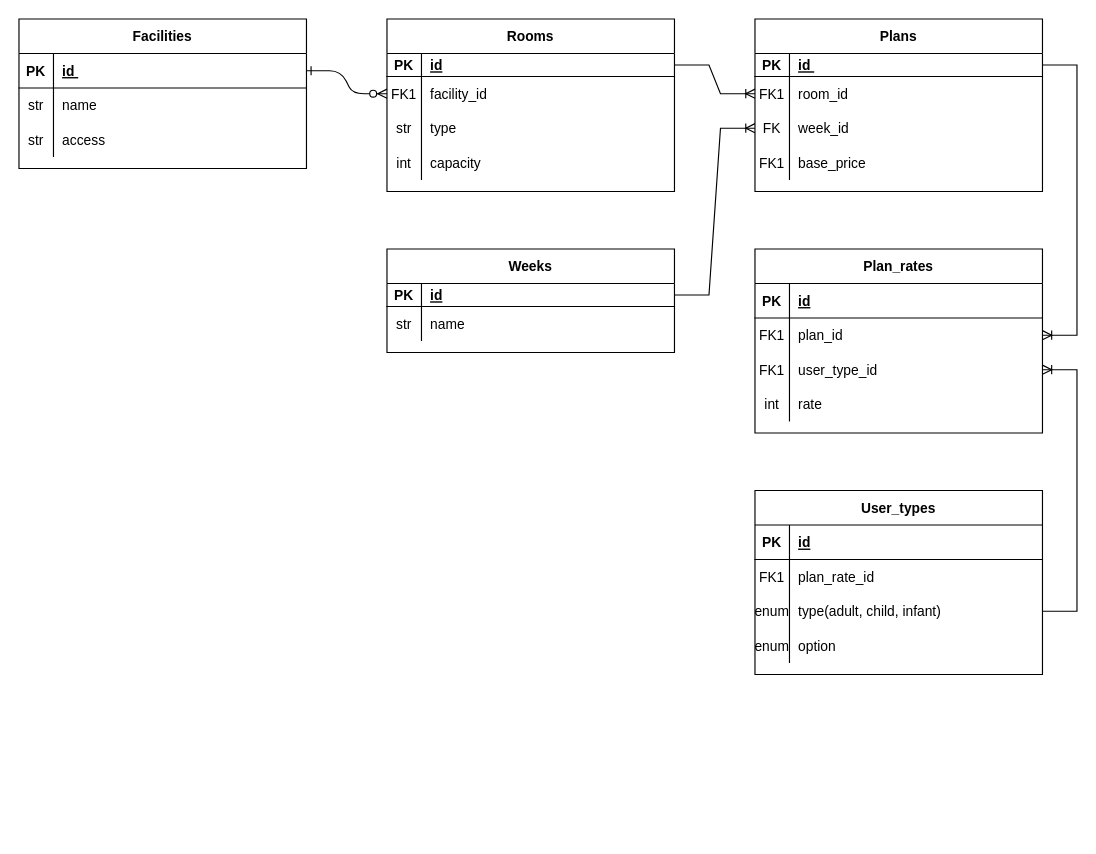
azumarions/genius-chicken keeps this draw.io diagram as ホテル予約DB.drawio. Above is the earlier version. Source tidied: cells renumbered, new cells numbered last; positions are measured from the earlier drawing's top-left corner, leaving out a move shared by most shapes. Both pictures are drawn from the tidied source at 115%, with x=0, y=0 at pixel (18, 18).
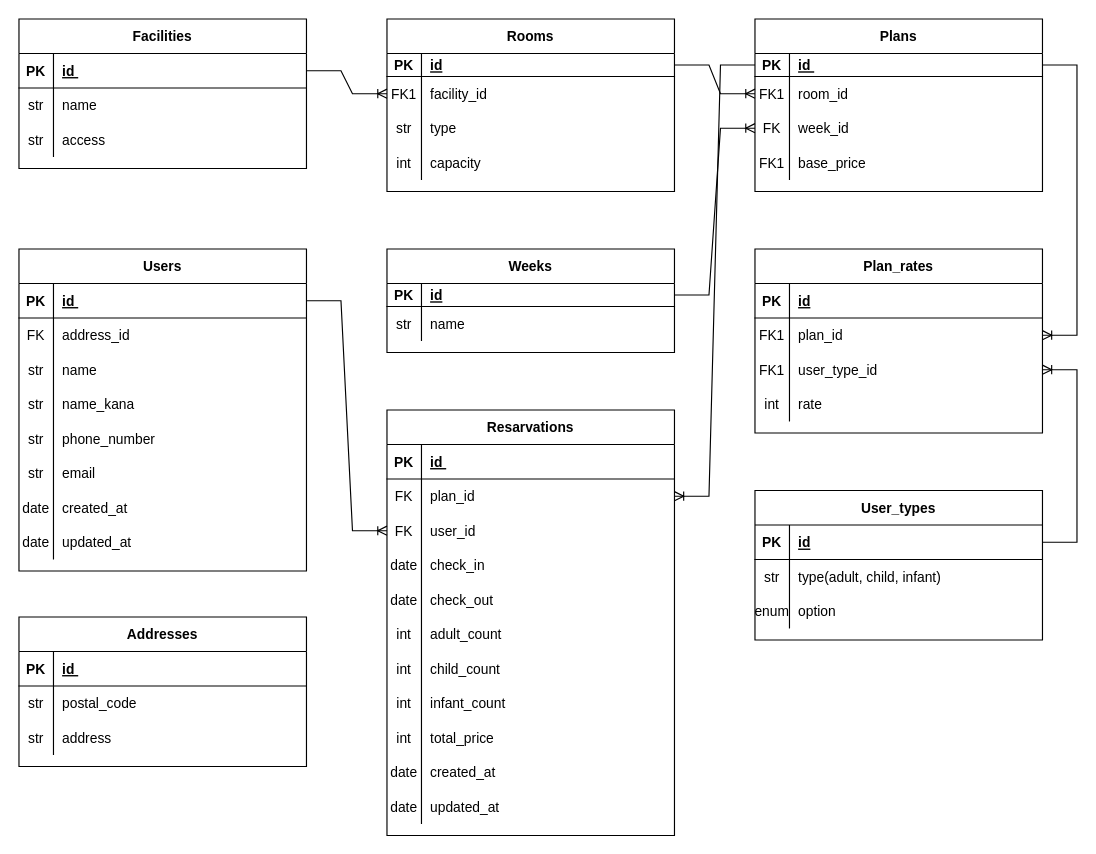
The same page after the edit.

Commit message (it also covers changes not shown here):
ホテル予約DB.drawio を更新します

The change refers to these unchanged cells:
```xml
<mxCell id="7" style="shape=partialRectangle;fillColor=none;points=[[0,0.5],[1,0.5]];portConstraint=eastwest;top=0;left=0;right=0;bottom=0;" parent="3" vertex="1">
  <mxGeometry y="50" width="250" height="30" as="geometry" />
</mxCell>
<mxCell id="23" style="shape=partialRectangle;fillColor=none;points=[[0,0.5],[1,0.5]];portConstraint=eastwest;top=0;left=0;right=0;bottom=0;" parent="16" vertex="1">
  <mxGeometry y="90" width="250" height="30" as="geometry" />
</mxCell>
<mxCell id="30" style="shape=partialRectangle;fillColor=none;points=[[0,0.5],[1,0.5]];portConstraint=eastwest;top=0;left=0;right=0;bottom=1;" parent="29" vertex="1">
  <mxGeometry y="30" width="250" height="30" as="geometry" />
</mxCell>
<mxCell id="40" style="shape=partialRectangle;fillColor=none;points=[[0,0.5],[1,0.5]];portConstraint=eastwest;top=0;left=0;right=0;bottom=1;" parent="39" vertex="1">
  <mxGeometry y="30" width="250" height="20" as="geometry" />
</mxCell>
<mxCell id="63" style="shape=partialRectangle;fillColor=none;points=[[0,0.5],[1,0.5]];portConstraint=eastwest;top=0;left=0;right=0;bottom=1;" parent="62" vertex="1">
  <mxGeometry y="30" width="250" height="30" as="geometry" />
</mxCell>
```

The edit, as a diff of the source:
```diff
@@
-    <mxCell id="2" style="edgeStyle=entityRelationEdgeStyle;endArrow=ERzeroToMany;startArrow=ERone;endFill=1;startFill=0;" parent="1" edge="1" source="30" target="7">
-      <mxGeometry relative="1" as="geometry" />
-    </mxCell>
@@
     <mxCell id="62" value="User_types" style="shape=table;startSize=30;childLayout=tableLayout;rowLines=0;fontStyle=1;align=center;" parent="1" vertex="1">
-      <mxGeometry x="640" y="410" width="250" height="160" as="geometry" />
+      <mxGeometry x="640" y="410" width="250" height="130" as="geometry" />
     </mxCell>
@@
-    <mxCell id="66" style="shape=partialRectangle;fillColor=none;top=0;left=0;right=0;bottom=0;" parent="62" vertex="1">
-      <mxGeometry y="60" width="250" height="30" as="geometry" />
-    </mxCell>
-    <mxCell id="67" value="FK1" style="shape=partialRectangle;overflow=hidden;fillColor=none;top=0;left=0;bottom=0;right=0;" parent="66" vertex="1">
-      <mxGeometry width="30" height="30" as="geometry" />
-    </mxCell>
-    <mxCell id="68" value="plan_rate_id" style="shape=partialRectangle;overflow=hidden;fillColor=none;top=0;left=0;bottom=0;right=0;align=left;spacingLeft=6;" parent="66" vertex="1">
-      <mxGeometry x="30" width="220" height="30" as="geometry" />
-    </mxCell>
     <mxCell id="69" style="shape=partialRectangle;fillColor=none;points=[[0,0.5],[1,0.5]];portConstraint=eastwest;top=0;left=0;right=0;bottom=0;" parent="62" vertex="1">
-      <mxGeometry y="90" width="250" height="30" as="geometry" />
+      <mxGeometry y="60" width="250" height="30" as="geometry" />
     </mxCell>
-    <mxCell id="70" value="enum" style="shape=partialRectangle;overflow=hidden;fillColor=none;top=0;left=0;bottom=0;right=0;" parent="69" vertex="1">
+    <mxCell id="70" value="str" style="shape=partialRectangle;overflow=hidden;fillColor=none;top=0;left=0;bottom=0;right=0;" parent="69" vertex="1">
       <mxGeometry width="30" height="30" as="geometry" />
     </mxCell>
@@
     <mxCell id="72" style="shape=partialRectangle;fillColor=none;top=0;left=0;right=0;bottom=0;" parent="62" vertex="1">
-      <mxGeometry y="120" width="250" height="30" as="geometry" />
+      <mxGeometry y="90" width="250" height="30" as="geometry" />
     </mxCell>
@@
-    <mxCell id="75" style="edgeStyle=entityRelationEdgeStyle;fontSize=12;html=1;endArrow=ERoneToMany;rounded=0;exitX=1;exitY=0.5;exitDx=0;exitDy=0;entryX=1;entryY=0.5;entryDx=0;entryDy=0;" parent="1" edge="1" source="69" target="23">
+    <mxCell id="75" style="edgeStyle=entityRelationEdgeStyle;fontSize=12;html=1;endArrow=ERoneToMany;rounded=0;exitX=1;exitY=0.5;exitDx=0;exitDy=0;entryX=1;entryY=0.5;entryDx=0;entryDy=0;" parent="1" edge="1" source="63" target="23">
       <mxGeometry relative="1" as="geometry" />
     </mxCell>
+    <mxCell id="76" value="Resarvations" style="shape=table;startSize=30;childLayout=tableLayout;rowLines=0;fontStyle=1;align=center;" parent="1" vertex="1">
+      <mxGeometry x="320" y="340" width="250" height="370" as="geometry" />
+    </mxCell>
+    <mxCell id="77" style="shape=partialRectangle;fillColor=none;top=0;left=0;right=0;bottom=1;" parent="76" vertex="1">
+      <mxGeometry y="30" width="250" height="30" as="geometry" />
+    </mxCell>
+    <mxCell id="78" value="PK" style="shape=partialRectangle;overflow=hidden;fillColor=none;top=0;left=0;bottom=0;right=0;fontStyle=1;" parent="77" vertex="1">
+      <mxGeometry width="30" height="30" as="geometry" />
+    </mxCell>
+    <mxCell id="79" value="id " style="shape=partialRectangle;overflow=hidden;fillColor=none;top=0;left=0;bottom=0;right=0;align=left;spacingLeft=6;fontStyle=5;" parent="77" vertex="1">
+      <mxGeometry x="30" width="220" height="30" as="geometry" />
+    </mxCell>
+    <mxCell id="80" style="shape=partialRectangle;fillColor=none;points=[[0,0.5],[1,0.5]];portConstraint=eastwest;top=0;left=0;right=0;bottom=0;" parent="76" vertex="1">
+      <mxGeometry y="60" width="250" height="30" as="geometry" />
+    </mxCell>
+    <mxCell id="81" value="FK" style="shape=partialRectangle;overflow=hidden;fillColor=none;top=0;left=0;bottom=0;right=0;" parent="80" vertex="1">
+      <mxGeometry width="30" height="30" as="geometry" />
+    </mxCell>
+    <mxCell id="82" value="plan_id" style="shape=partialRectangle;overflow=hidden;fillColor=none;top=0;left=0;bottom=0;right=0;align=left;spacingLeft=6;" parent="80" vertex="1">
+      <mxGeometry x="30" width="220" height="30" as="geometry" />
+    </mxCell>
+    <mxCell id="83" style="shape=partialRectangle;fillColor=none;points=[[0,0.5],[1,0.5]];portConstraint=eastwest;top=0;left=0;right=0;bottom=0;" parent="76" vertex="1">
+      <mxGeometry y="90" width="250" height="30" as="geometry" />
+    </mxCell>
+    <mxCell id="84" value="FK" style="shape=partialRectangle;overflow=hidden;fillColor=none;top=0;left=0;bottom=0;right=0;" parent="83" vertex="1">
+      <mxGeometry width="30" height="30" as="geometry" />
+    </mxCell>
+    <mxCell id="85" value="user_id" style="shape=partialRectangle;overflow=hidden;fillColor=none;top=0;left=0;bottom=0;right=0;align=left;spacingLeft=6;" parent="83" vertex="1">
+      <mxGeometry x="30" width="220" height="30" as="geometry" />
+    </mxCell>
+    <mxCell id="86" style="shape=partialRectangle;fillColor=none;top=0;left=0;right=0;bottom=0;" parent="76" vertex="1">
+      <mxGeometry y="120" width="250" height="30" as="geometry" />
+    </mxCell>
+    <mxCell id="87" value="date" style="shape=partialRectangle;overflow=hidden;fillColor=none;top=0;left=0;bottom=0;right=0;" parent="86" vertex="1">
+      <mxGeometry width="30" height="30" as="geometry" />
+    </mxCell>
+    <mxCell id="88" value="check_in" style="shape=partialRectangle;overflow=hidden;fillColor=none;top=0;left=0;bottom=0;right=0;align=left;spacingLeft=6;" parent="86" vertex="1">
+      <mxGeometry x="30" width="220" height="30" as="geometry" />
+    </mxCell>
+    <mxCell id="89" style="shape=partialRectangle;fillColor=none;top=0;left=0;right=0;bottom=0;" parent="76" vertex="1">
+      <mxGeometry y="150" width="250" height="30" as="geometry" />
+    </mxCell>
+    <mxCell id="90" value="date" style="shape=partialRectangle;overflow=hidden;fillColor=none;top=0;left=0;bottom=0;right=0;" parent="89" vertex="1">
+      <mxGeometry width="30" height="30" as="geometry" />
+    </mxCell>
+    <mxCell id="91" value="check_out" style="shape=partialRectangle;overflow=hidden;fillColor=none;top=0;left=0;bottom=0;right=0;align=left;spacingLeft=6;" parent="89" vertex="1">
+      <mxGeometry x="30" width="220" height="30" as="geometry" />
+    </mxCell>
+    <mxCell id="92" style="shape=partialRectangle;fillColor=none;top=0;left=0;right=0;bottom=0;" parent="76" vertex="1">
+      <mxGeometry y="180" width="250" height="30" as="geometry" />
+    </mxCell>
+    <mxCell id="93" value="int" style="shape=partialRectangle;overflow=hidden;fillColor=none;top=0;left=0;bottom=0;right=0;" parent="92" vertex="1">
+      <mxGeometry width="30" height="30" as="geometry" />
+    </mxCell>
+    <mxCell id="94" value="adult_count" style="shape=partialRectangle;overflow=hidden;fillColor=none;top=0;left=0;bottom=0;right=0;align=left;spacingLeft=6;" parent="92" vertex="1">
+      <mxGeometry x="30" width="220" height="30" as="geometry" />
+    </mxCell>
+    <mxCell id="95" style="shape=partialRectangle;fillColor=none;top=0;left=0;right=0;bottom=0;" parent="76" vertex="1">
+      <mxGeometry y="210" width="250" height="30" as="geometry" />
+    </mxCell>
+    <mxCell id="96" value="int" style="shape=partialRectangle;overflow=hidden;fillColor=none;top=0;left=0;bottom=0;right=0;" parent="95" vertex="1">
+      <mxGeometry width="30" height="30" as="geometry" />
+    </mxCell>
+    <mxCell id="97" value="child_count" style="shape=partialRectangle;overflow=hidden;fillColor=none;top=0;left=0;bottom=0;right=0;align=left;spacingLeft=6;" parent="95" vertex="1">
+      <mxGeometry x="30" width="220" height="30" as="geometry" />
+    </mxCell>
+    <mxCell id="98" style="shape=partialRectangle;fillColor=none;top=0;left=0;right=0;bottom=0;" parent="76" vertex="1">
+      <mxGeometry y="240" width="250" height="30" as="geometry" />
+    </mxCell>
+    <mxCell id="99" value="int" style="shape=partialRectangle;overflow=hidden;fillColor=none;top=0;left=0;bottom=0;right=0;" parent="98" vertex="1">
+      <mxGeometry width="30" height="30" as="geometry" />
+    </mxCell>
+    <mxCell id="100" value="infant_count" style="shape=partialRectangle;overflow=hidden;fillColor=none;top=0;left=0;bottom=0;right=0;align=left;spacingLeft=6;" parent="98" vertex="1">
+      <mxGeometry x="30" width="220" height="30" as="geometry" />
+    </mxCell>
+    <mxCell id="101" style="shape=partialRectangle;fillColor=none;top=0;left=0;right=0;bottom=0;" parent="76" vertex="1">
+      <mxGeometry y="270" width="250" height="30" as="geometry" />
+    </mxCell>
+    <mxCell id="102" value="int" style="shape=partialRectangle;overflow=hidden;fillColor=none;top=0;left=0;bottom=0;right=0;" parent="101" vertex="1">
+      <mxGeometry width="30" height="30" as="geometry" />
+    </mxCell>
+    <mxCell id="103" value="total_price" style="shape=partialRectangle;overflow=hidden;fillColor=none;top=0;left=0;bottom=0;right=0;align=left;spacingLeft=6;" parent="101" vertex="1">
+      <mxGeometry x="30" width="220" height="30" as="geometry" />
+    </mxCell>
+    <mxCell id="104" style="shape=partialRectangle;fillColor=none;top=0;left=0;right=0;bottom=0;" parent="76" vertex="1">
+      <mxGeometry y="300" width="250" height="30" as="geometry" />
+    </mxCell>
+    <mxCell id="105" value="date" style="shape=partialRectangle;overflow=hidden;fillColor=none;top=0;left=0;bottom=0;right=0;" parent="104" vertex="1">
+      <mxGeometry width="30" height="30" as="geometry" />
+    </mxCell>
+    <mxCell id="106" value="created_at" style="shape=partialRectangle;overflow=hidden;fillColor=none;top=0;left=0;bottom=0;right=0;align=left;spacingLeft=6;" parent="104" vertex="1">
+      <mxGeometry x="30" width="220" height="30" as="geometry" />
+    </mxCell>
+    <mxCell id="107" style="shape=partialRectangle;fillColor=none;top=0;left=0;right=0;bottom=0;" parent="76" vertex="1">
+      <mxGeometry y="330" width="250" height="30" as="geometry" />
+    </mxCell>
+    <mxCell id="108" value="date" style="shape=partialRectangle;overflow=hidden;fillColor=none;top=0;left=0;bottom=0;right=0;" parent="107" vertex="1">
+      <mxGeometry width="30" height="30" as="geometry" />
+    </mxCell>
+    <mxCell id="109" value="updated_at" style="shape=partialRectangle;overflow=hidden;fillColor=none;top=0;left=0;bottom=0;right=0;align=left;spacingLeft=6;" parent="107" vertex="1">
+      <mxGeometry x="30" width="220" height="30" as="geometry" />
+    </mxCell>
+    <mxCell id="110" value="Users" style="shape=table;startSize=30;childLayout=tableLayout;rowLines=0;fontStyle=1;align=center;" parent="1" vertex="1">
+      <mxGeometry y="200" width="250" height="280" as="geometry" />
+    </mxCell>
+    <mxCell id="111" style="shape=partialRectangle;fillColor=none;points=[[0,0.5],[1,0.5]];portConstraint=eastwest;top=0;left=0;right=0;bottom=1;" parent="110" vertex="1">
+      <mxGeometry y="30" width="250" height="30" as="geometry" />
+    </mxCell>
+    <mxCell id="112" value="PK" style="shape=partialRectangle;overflow=hidden;fillColor=none;top=0;left=0;bottom=0;right=0;fontStyle=1;" parent="111" vertex="1">
+      <mxGeometry width="30" height="30" as="geometry" />
+    </mxCell>
+    <mxCell id="113" value="id " style="shape=partialRectangle;overflow=hidden;fillColor=none;top=0;left=0;bottom=0;right=0;align=left;spacingLeft=6;fontStyle=5;" parent="111" vertex="1">
+      <mxGeometry x="30" width="220" height="30" as="geometry" />
+    </mxCell>
+    <mxCell id="114" style="shape=partialRectangle;fillColor=none;top=0;left=0;right=0;bottom=0;" parent="110" vertex="1">
+      <mxGeometry y="60" width="250" height="30" as="geometry" />
+    </mxCell>
+    <mxCell id="115" value="FK" style="shape=partialRectangle;overflow=hidden;fillColor=none;top=0;left=0;bottom=0;right=0;" parent="114" vertex="1">
+      <mxGeometry width="30" height="30" as="geometry" />
+    </mxCell>
+    <mxCell id="116" value="address_id" style="shape=partialRectangle;overflow=hidden;fillColor=none;top=0;left=0;bottom=0;right=0;align=left;spacingLeft=6;" parent="114" vertex="1">
+      <mxGeometry x="30" width="220" height="30" as="geometry" />
+    </mxCell>
+    <mxCell id="117" style="shape=partialRectangle;fillColor=none;top=0;left=0;right=0;bottom=0;" parent="110" vertex="1">
+      <mxGeometry y="90" width="250" height="30" as="geometry" />
+    </mxCell>
+    <mxCell id="118" value="str" style="shape=partialRectangle;overflow=hidden;fillColor=none;top=0;left=0;bottom=0;right=0;" parent="117" vertex="1">
+      <mxGeometry width="30" height="30" as="geometry" />
+    </mxCell>
+    <mxCell id="119" value="name" style="shape=partialRectangle;overflow=hidden;fillColor=none;top=0;left=0;bottom=0;right=0;align=left;spacingLeft=6;" parent="117" vertex="1">
+      <mxGeometry x="30" width="220" height="30" as="geometry" />
+    </mxCell>
+    <mxCell id="120" style="shape=partialRectangle;fillColor=none;top=0;left=0;right=0;bottom=0;" parent="110" vertex="1">
+      <mxGeometry y="120" width="250" height="30" as="geometry" />
+    </mxCell>
+    <mxCell id="121" value="str" style="shape=partialRectangle;overflow=hidden;fillColor=none;top=0;left=0;bottom=0;right=0;" parent="120" vertex="1">
+      <mxGeometry width="30" height="30" as="geometry" />
+    </mxCell>
+    <mxCell id="122" value="name_kana" style="shape=partialRectangle;overflow=hidden;fillColor=none;top=0;left=0;bottom=0;right=0;align=left;spacingLeft=6;" parent="120" vertex="1">
+      <mxGeometry x="30" width="220" height="30" as="geometry" />
+    </mxCell>
+    <mxCell id="123" style="shape=partialRectangle;fillColor=none;top=0;left=0;right=0;bottom=0;" parent="110" vertex="1">
+      <mxGeometry y="150" width="250" height="30" as="geometry" />
+    </mxCell>
+    <mxCell id="124" value="str" style="shape=partialRectangle;overflow=hidden;fillColor=none;top=0;left=0;bottom=0;right=0;" parent="123" vertex="1">
+      <mxGeometry width="30" height="30" as="geometry" />
+    </mxCell>
+    <mxCell id="125" value="phone_number" style="shape=partialRectangle;overflow=hidden;fillColor=none;top=0;left=0;bottom=0;right=0;align=left;spacingLeft=6;" parent="123" vertex="1">
+      <mxGeometry x="30" width="220" height="30" as="geometry" />
+    </mxCell>
+    <mxCell id="126" style="shape=partialRectangle;fillColor=none;top=0;left=0;right=0;bottom=0;" parent="110" vertex="1">
+      <mxGeometry y="180" width="250" height="30" as="geometry" />
+    </mxCell>
+    <mxCell id="127" value="str" style="shape=partialRectangle;overflow=hidden;fillColor=none;top=0;left=0;bottom=0;right=0;" parent="126" vertex="1">
+      <mxGeometry width="30" height="30" as="geometry" />
+    </mxCell>
+    <mxCell id="128" value="email" style="shape=partialRectangle;overflow=hidden;fillColor=none;top=0;left=0;bottom=0;right=0;align=left;spacingLeft=6;" parent="126" vertex="1">
+      <mxGeometry x="30" width="220" height="30" as="geometry" />
+    </mxCell>
+    <mxCell id="129" style="shape=partialRectangle;fillColor=none;top=0;left=0;right=0;bottom=0;" parent="110" vertex="1">
+      <mxGeometry y="210" width="250" height="30" as="geometry" />
+    </mxCell>
+    <mxCell id="130" value="date" style="shape=partialRectangle;overflow=hidden;fillColor=none;top=0;left=0;bottom=0;right=0;" parent="129" vertex="1">
+      <mxGeometry width="30" height="30" as="geometry" />
+    </mxCell>
+    <mxCell id="131" value="created_at" style="shape=partialRectangle;overflow=hidden;fillColor=none;top=0;left=0;bottom=0;right=0;align=left;spacingLeft=6;" parent="129" vertex="1">
+      <mxGeometry x="30" width="220" height="30" as="geometry" />
+    </mxCell>
+    <mxCell id="132" style="shape=partialRectangle;fillColor=none;top=0;left=0;right=0;bottom=0;" parent="110" vertex="1">
+      <mxGeometry y="240" width="250" height="30" as="geometry" />
+    </mxCell>
+    <mxCell id="133" value="date" style="shape=partialRectangle;overflow=hidden;fillColor=none;top=0;left=0;bottom=0;right=0;" parent="132" vertex="1">
+      <mxGeometry width="30" height="30" as="geometry" />
+    </mxCell>
+    <mxCell id="134" value="updated_at" style="shape=partialRectangle;overflow=hidden;fillColor=none;top=0;left=0;bottom=0;right=0;align=left;spacingLeft=6;" parent="132" vertex="1">
+      <mxGeometry x="30" width="220" height="30" as="geometry" />
+    </mxCell>
+    <mxCell id="135" value="Addresses" style="shape=table;startSize=30;childLayout=tableLayout;rowLines=0;fontStyle=1;align=center;" parent="1" vertex="1">
+      <mxGeometry y="520" width="250" height="130" as="geometry" />
+    </mxCell>
+    <mxCell id="136" style="shape=partialRectangle;fillColor=none;top=0;left=0;right=0;bottom=1;" parent="135" vertex="1">
+      <mxGeometry y="30" width="250" height="30" as="geometry" />
+    </mxCell>
+    <mxCell id="137" value="PK" style="shape=partialRectangle;overflow=hidden;fillColor=none;top=0;left=0;bottom=0;right=0;fontStyle=1;" parent="136" vertex="1">
+      <mxGeometry width="30" height="30" as="geometry" />
+    </mxCell>
+    <mxCell id="138" value="id " style="shape=partialRectangle;overflow=hidden;fillColor=none;top=0;left=0;bottom=0;right=0;align=left;spacingLeft=6;fontStyle=5;" parent="136" vertex="1">
+      <mxGeometry x="30" width="220" height="30" as="geometry" />
+    </mxCell>
+    <mxCell id="139" style="shape=partialRectangle;fillColor=none;top=0;left=0;right=0;bottom=0;" parent="135" vertex="1">
+      <mxGeometry y="60" width="250" height="30" as="geometry" />
+    </mxCell>
+    <mxCell id="140" value="str" style="shape=partialRectangle;overflow=hidden;fillColor=none;top=0;left=0;bottom=0;right=0;" parent="139" vertex="1">
+      <mxGeometry width="30" height="30" as="geometry" />
+    </mxCell>
+    <mxCell id="141" value="postal_code" style="shape=partialRectangle;overflow=hidden;fillColor=none;top=0;left=0;bottom=0;right=0;align=left;spacingLeft=6;" parent="139" vertex="1">
+      <mxGeometry x="30" width="220" height="30" as="geometry" />
+    </mxCell>
+    <mxCell id="142" style="shape=partialRectangle;fillColor=none;top=0;left=0;right=0;bottom=0;" parent="135" vertex="1">
+      <mxGeometry y="90" width="250" height="30" as="geometry" />
+    </mxCell>
+    <mxCell id="143" value="str" style="shape=partialRectangle;overflow=hidden;fillColor=none;top=0;left=0;bottom=0;right=0;" parent="142" vertex="1">
+      <mxGeometry width="30" height="30" as="geometry" />
+    </mxCell>
+    <mxCell id="144" value="address" style="shape=partialRectangle;overflow=hidden;fillColor=none;top=0;left=0;bottom=0;right=0;align=left;spacingLeft=6;" parent="142" vertex="1">
+      <mxGeometry x="30" width="220" height="30" as="geometry" />
+    </mxCell>
+    <mxCell id="145" style="edgeStyle=entityRelationEdgeStyle;fontSize=12;html=1;endArrow=ERoneToMany;rounded=0;entryX=1;entryY=0.5;entryDx=0;entryDy=0;exitX=0;exitY=0.5;exitDx=0;exitDy=0;" parent="1" edge="1" source="40" target="80">
+      <mxGeometry relative="1" as="geometry" />
+    </mxCell>
+    <mxCell id="146" style="edgeStyle=entityRelationEdgeStyle;fontSize=12;html=1;endArrow=ERoneToMany;rounded=0;entryX=0;entryY=0.5;entryDx=0;entryDy=0;exitX=1;exitY=0.5;exitDx=0;exitDy=0;" parent="1" edge="1" source="111" target="83">
+      <mxGeometry relative="1" as="geometry" />
+    </mxCell>
+    <mxCell id="2" style="edgeStyle=entityRelationEdgeStyle;fontSize=12;html=1;endArrow=ERoneToMany;rounded=0;entryX=0;entryY=0.5;entryDx=0;entryDy=0;exitX=1;exitY=0.5;exitDx=0;exitDy=0;" parent="1" edge="1" source="30" target="7">
+      <mxGeometry relative="1" as="geometry" />
+    </mxCell>
```
